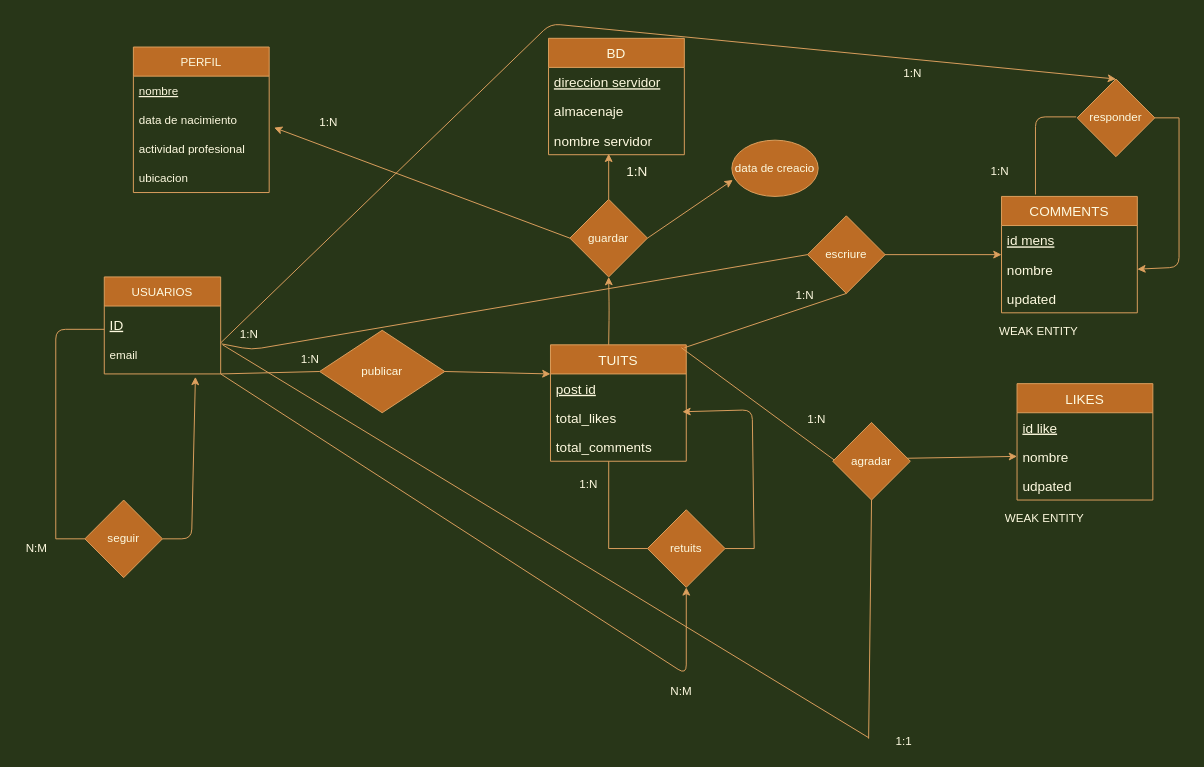
MarcPadrell/Team-4-ta12 keeps this draw.io diagram as Ejercicio16.drawio. Above is the earlier version. Source tidied: cells renumbered, new cells numbered last; positions are measured from the earlier drawing's top-left corner, leaving out a move shared by most shapes. Both pictures are drawn from the tidied source at 97%, with x=0, y=0 at pixel (16, 23).
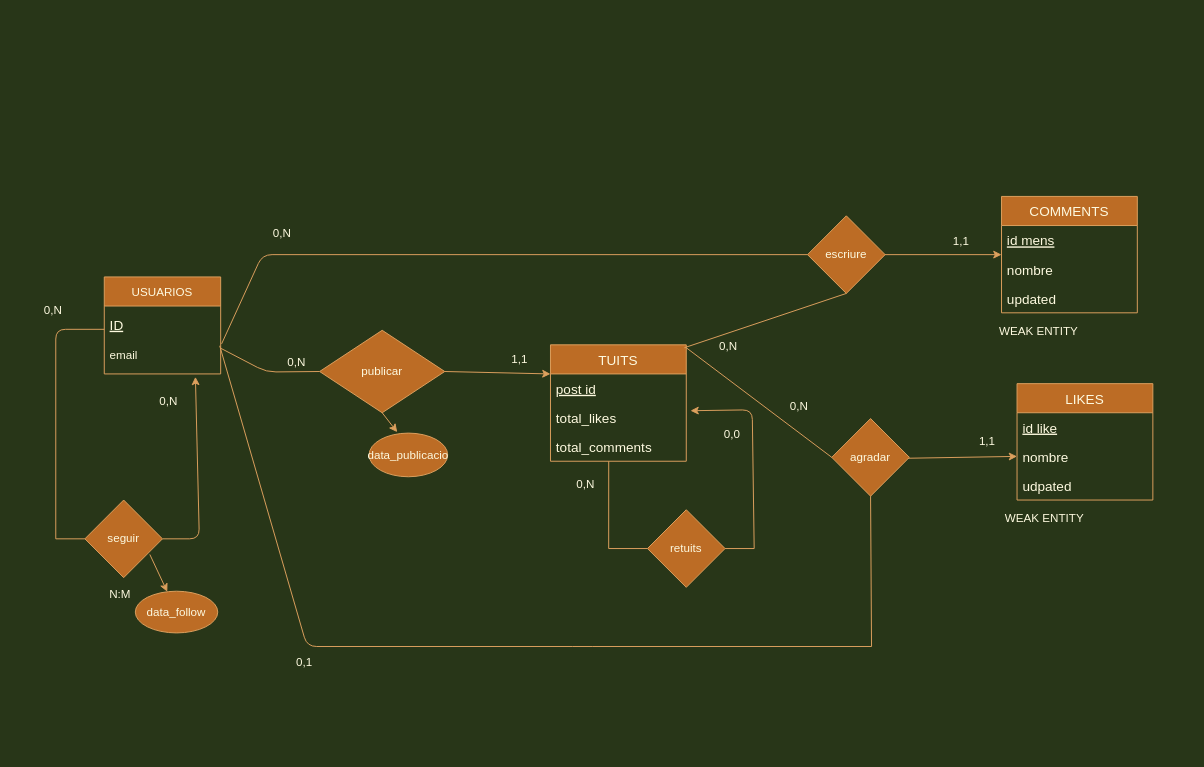
Above is the later version.

Unchanged cells that the change refers to:
```xml
<mxCell id="3" value="publicar" style="rhombus;whiteSpace=wrap;html=1;fillColor=#BC6C25;strokeColor=#DDA15E;fontColor=#FEFAE0;" parent="1" vertex="1">
  <mxGeometry x="312" y="316" width="129" height="85" as="geometry" />
</mxCell>
<mxCell id="7" value="seguir" style="rhombus;whiteSpace=wrap;html=1;fillColor=#BC6C25;strokeColor=#DDA15E;fontColor=#FEFAE0;" parent="1" vertex="1">
  <mxGeometry x="70" y="491" width="80" height="80" as="geometry" />
</mxCell>
<mxCell id="11" value="retuits" style="rhombus;whiteSpace=wrap;html=1;fillColor=#BC6C25;strokeColor=#DDA15E;fontColor=#FEFAE0;" parent="1" vertex="1">
  <mxGeometry x="650" y="501" width="80" height="80" as="geometry" />
</mxCell>
<mxCell id="21" value="email" style="text;strokeColor=none;fillColor=none;align=left;verticalAlign=middle;spacingLeft=4;spacingRight=4;overflow=hidden;points=[[0,0.5],[1,0.5]];portConstraint=eastwest;fontColor=#FEFAE0;" parent="19" vertex="1">
  <mxGeometry y="60" width="120" height="40" as="geometry" />
</mxCell>
<mxCell id="24" value="total_likes" style="text;strokeColor=none;fillColor=none;align=left;verticalAlign=middle;spacingLeft=4;spacingRight=4;overflow=hidden;points=[[0,0.5],[1,0.5]];portConstraint=eastwest;fontSize=14;fontColor=#FEFAE0;" parent="22" vertex="1">
  <mxGeometry y="60" width="140" height="30" as="geometry" />
</mxCell>
<mxCell id="28" value="nombre" style="text;strokeColor=none;fillColor=none;align=left;verticalAlign=middle;spacingLeft=4;spacingRight=4;overflow=hidden;points=[[0,0.5],[1,0.5]];portConstraint=eastwest;fontSize=14;fontColor=#FEFAE0;" parent="26" vertex="1">
  <mxGeometry y="60" width="140" height="30" as="geometry" />
</mxCell>
<mxCell id="42" value="escriure" style="rhombus;whiteSpace=wrap;html=1;fillColor=#BC6C25;strokeColor=#DDA15E;fontColor=#FEFAE0;" parent="1" vertex="1">
  <mxGeometry x="815" y="198" width="80" height="80" as="geometry" />
</mxCell>
```

Change to the diagram source:
```diff
@@
-    <mxCell id="2" style="edgeStyle=orthogonalEdgeStyle;jettySize=auto;html=1;exitX=0.5;exitY=0;exitDx=0;exitDy=0;entryX=0.5;entryY=1;entryDx=0;entryDy=0;labelBackgroundColor=#283618;strokeColor=#DDA15E;fontColor=#FEFAE0;" parent="1" edge="1" target="6">
-      <mxGeometry relative="1" as="geometry">
-        <mxPoint x="610" y="331" as="sourcePoint" />
-      </mxGeometry>
-    </mxCell>
@@
-    <mxCell id="5" style="endArrow=classic;html=1;exitX=0.5;exitY=0;exitDx=0;exitDy=0;labelBackgroundColor=#283618;strokeColor=#DDA15E;fontColor=#FEFAE0;" parent="1" edge="1" source="6">
-      <mxGeometry relative="1" as="geometry">
-        <mxPoint x="610" y="134" as="targetPoint" />
-      </mxGeometry>
-    </mxCell>
-    <mxCell id="6" value="guardar" style="rhombus;whiteSpace=wrap;html=1;fillColor=#BC6C25;strokeColor=#DDA15E;fontColor=#FEFAE0;" parent="1" vertex="1">
-      <mxGeometry x="570" y="181" width="80" height="80" as="geometry" />
-    </mxCell>
@@
-    <mxCell id="13" style="endArrow=classic;html=1;labelBackgroundColor=#283618;strokeColor=#DDA15E;fontColor=#FEFAE0;" parent="1" edge="1">
+    <mxCell id="13" style="endArrow=classic;html=1;labelBackgroundColor=#283618;strokeColor=#DDA15E;fontColor=#FEFAE0;entryX=1.031;entryY=0.264;entryDx=0;entryDy=0;entryPerimeter=0;" parent="1" edge="1" target="24">
       <mxGeometry relative="1" as="geometry">
         <mxPoint x="760" y="541" as="sourcePoint" />
-        <mxPoint x="686" y="400" as="targetPoint" />
         <Array as="points">
           <mxPoint x="758" y="398" />
         </Array>
       </mxGeometry>
     </mxCell>
@@
-    <mxCell id="15" value="1:N" style="text;html=1;align=center;verticalAlign=middle;strokeColor=none;fillColor=none;fontColor=#FEFAE0;" parent="1" vertex="1">
-      <mxGeometry x="287" y="336" width="30" height="20" as="geometry" />
-    </mxCell>
-    <mxCell id="16" value="N:M" style="text;html=1;align=center;verticalAlign=middle;strokeColor=none;fillColor=none;fontColor=#FEFAE0;" parent="1" vertex="1">
-      <mxGeometry y="531" width="40" height="20" as="geometry" />
-    </mxCell>
-    <mxCell id="17" style="endArrow=classic;html=1;exitX=1;exitY=0.5;exitDx=0;exitDy=0;entryX=0.5;entryY=1;entryDx=0;entryDy=0;labelBackgroundColor=#283618;strokeColor=#DDA15E;fontColor=#FEFAE0;" parent="1" edge="1" target="11">
-      <mxGeometry relative="1" as="geometry">
-        <mxPoint x="210" y="361" as="sourcePoint" />
-        <Array as="points">
-          <mxPoint x="690" y="671" />
-          <mxPoint x="690" y="581" />
-        </Array>
-      </mxGeometry>
-    </mxCell>
-    <mxCell id="18" style="endArrow=none;html=1;exitX=1;exitY=0.5;exitDx=0;exitDy=0;entryX=0;entryY=0.5;entryDx=0;entryDy=0;labelBackgroundColor=#283618;strokeColor=#DDA15E;fontColor=#FEFAE0;" parent="1" edge="1" target="3">
+    <mxCell id="18" style="endArrow=none;html=1;exitX=0.998;exitY=0.334;exitDx=0;exitDy=0;entryX=0;entryY=0.5;entryDx=0;entryDy=0;labelBackgroundColor=#283618;strokeColor=#DDA15E;fontColor=#FEFAE0;exitPerimeter=0;" parent="1" edge="1" source="21" target="3">
       <mxGeometry relative="1" as="geometry">
-        <mxPoint x="210" y="361" as="sourcePoint" />
+        <Array as="points">
+          <mxPoint x="257" y="359" />
+        </Array>
       </mxGeometry>
     </mxCell>
@@
-    <mxCell id="30" value="BD" style="swimlane;fontStyle=0;horizontal=1;startSize=30;fontSize=14;fillColor=#BC6C25;strokeColor=#DDA15E;fontColor=#FEFAE0;" parent="1" vertex="1">
-      <mxGeometry x="548" y="15" width="140" height="120" as="geometry" />
-    </mxCell>
-    <mxCell id="31" value="direccion servidor" style="text;strokeColor=none;fillColor=none;align=left;verticalAlign=middle;spacingLeft=4;spacingRight=4;overflow=hidden;fontSize=14;fontStyle=4;fontColor=#FEFAE0;" parent="30" vertex="1">
-      <mxGeometry y="30" width="140" height="30" as="geometry" />
-    </mxCell>
-    <mxCell id="32" value="almacenaje" style="text;strokeColor=none;fillColor=none;align=left;verticalAlign=middle;spacingLeft=4;spacingRight=4;overflow=hidden;fontSize=14;fontColor=#FEFAE0;" parent="30" vertex="1">
-      <mxGeometry y="60" width="140" height="30" as="geometry" />
-    </mxCell>
-    <mxCell id="33" value="nombre servidor" style="text;strokeColor=none;fillColor=none;align=left;verticalAlign=middle;spacingLeft=4;spacingRight=4;overflow=hidden;fontSize=14;fontColor=#FEFAE0;" parent="30" vertex="1">
-      <mxGeometry y="90" width="140" height="30" as="geometry" />
-    </mxCell>
@@
-    <mxCell id="38" value="1:N" style="text;html=1;align=center;verticalAlign=middle;strokeColor=none;fillColor=none;fontSize=14;fontColor=#FEFAE0;" parent="1" vertex="1">
-      <mxGeometry x="619" y="142" width="40" height="20" as="geometry" />
-    </mxCell>
     <mxCell id="39" style="endArrow=classic;html=1;fontSize=14;exitX=1;exitY=0.5;exitDx=0;exitDy=0;entryX=0.783;entryY=1.075;entryDx=0;entryDy=0;entryPerimeter=0;labelBackgroundColor=#283618;strokeColor=#DDA15E;fontColor=#FEFAE0;" parent="1" edge="1" source="7" target="21">
       <mxGeometry relative="1" as="geometry">
         <Array as="points">
-          <mxPoint x="180" y="531" />
+          <mxPoint x="188" y="531" />
         </Array>
       </mxGeometry>
     </mxCell>
-    <mxCell id="40" style="endArrow=none;html=1;entryX=0.5;entryY=1;entryDx=0;entryDy=0;labelBackgroundColor=#283618;strokeColor=#DDA15E;fontColor=#FEFAE0;" parent="1" edge="1" target="42">
+    <mxCell id="40" style="endArrow=none;html=1;labelBackgroundColor=#283618;strokeColor=#DDA15E;fontColor=#FEFAE0;entryX=0.5;entryY=1;entryDx=0;entryDy=0;" parent="1" edge="1" target="42">
       <mxGeometry relative="1" as="geometry">
         <mxPoint x="688" y="334" as="sourcePoint" />
       </mxGeometry>
     </mxCell>
@@
     <mxCell id="43" style="endArrow=none;html=1;exitX=1.008;exitY=0.225;exitDx=0;exitDy=0;exitPerimeter=0;entryX=0;entryY=0.5;entryDx=0;entryDy=0;labelBackgroundColor=#283618;strokeColor=#DDA15E;fontColor=#FEFAE0;" parent="1" edge="1" source="21" target="42">
       <mxGeometry relative="1" as="geometry">
         <Array as="points">
-          <mxPoint x="242" y="336" />
+          <mxPoint x="253" y="238" />
         </Array>
       </mxGeometry>
     </mxCell>
@@
-    <mxCell id="45" style="endArrow=none;html=1;labelBackgroundColor=#283618;strokeColor=#DDA15E;fontColor=#FEFAE0;" parent="1" edge="1">
+    <mxCell id="45" style="endArrow=none;html=1;labelBackgroundColor=#283618;strokeColor=#DDA15E;fontColor=#FEFAE0;entryX=0;entryY=0.5;entryDx=0;entryDy=0;" parent="1" edge="1" target="46">
       <mxGeometry relative="1" as="geometry">
-        <mxPoint x="685" y="334" as="sourcePoint" />
-        <mxPoint x="847" y="453" as="targetPoint" />
+        <mxPoint x="690" y="334" as="sourcePoint" />
       </mxGeometry>
     </mxCell>
     <mxCell id="46" value="agradar" style="rhombus;whiteSpace=wrap;html=1;fillColor=#BC6C25;strokeColor=#DDA15E;fontColor=#FEFAE0;" parent="1" vertex="1">
-      <mxGeometry x="841" y="411" width="80" height="80" as="geometry" />
+      <mxGeometry x="840" y="407" width="80" height="80" as="geometry" />
     </mxCell>
-    <mxCell id="47" style="endArrow=none;html=1;exitX=1.017;exitY=0.25;exitDx=0;exitDy=0;exitPerimeter=0;labelBackgroundColor=#283618;strokeColor=#DDA15E;fontColor=#FEFAE0;" parent="1" edge="1" source="21">
+    <mxCell id="47" style="endArrow=none;html=1;labelBackgroundColor=#283618;strokeColor=#DDA15E;fontColor=#FEFAE0;" parent="1" edge="1">
       <mxGeometry relative="1" as="geometry">
-        <mxPoint x="878" y="736" as="targetPoint" />
+        <mxPoint x="209" y="332" as="sourcePoint" />
+        <mxPoint x="881" y="642" as="targetPoint" />
+        <Array as="points">
+          <mxPoint x="299" y="642" />
+          <mxPoint x="583" y="642" />
+        </Array>
       </mxGeometry>
     </mxCell>
     <mxCell id="48" style="endArrow=none;html=1;entryX=0.5;entryY=1;entryDx=0;entryDy=0;labelBackgroundColor=#283618;strokeColor=#DDA15E;fontColor=#FEFAE0;" parent="1" edge="1" target="46">
       <mxGeometry relative="1" as="geometry">
-        <mxPoint x="878" y="737" as="sourcePoint" />
+        <mxPoint x="881" y="642" as="sourcePoint" />
       </mxGeometry>
     </mxCell>
-    <mxCell id="49" value="1:1" style="text;html=1;align=center;verticalAlign=middle;strokeColor=none;fillColor=none;fontColor=#FEFAE0;" parent="1" vertex="1">
-      <mxGeometry x="900" y="731" width="27" height="18" as="geometry" />
-    </mxCell>
-    <mxCell id="50" value="N:M" style="text;html=1;strokeColor=none;fillColor=none;align=center;verticalAlign=middle;whiteSpace=wrap;fontColor=#FEFAE0;" parent="1" vertex="1">
-      <mxGeometry x="655" y="673" width="60" height="30" as="geometry" />
-    </mxCell>
-    <mxCell id="51" value="1:N" style="text;html=1;align=center;verticalAlign=middle;strokeColor=none;fillColor=none;fontColor=#FEFAE0;" parent="1" vertex="1">
-      <mxGeometry x="809" y="399" width="29" height="18" as="geometry" />
-    </mxCell>
-    <mxCell id="52" value="1:N" style="text;html=1;align=center;verticalAlign=middle;strokeColor=none;fillColor=none;fontColor=#FEFAE0;" parent="1" vertex="1">
-      <mxGeometry x="224" y="311" width="29" height="18" as="geometry" />
-    </mxCell>
@@
-    <mxCell id="55" value="PERFIL" style="swimlane;fontStyle=0;horizontal=1;startSize=30;fillColor=#BC6C25;strokeColor=#DDA15E;fontColor=#FEFAE0;" parent="1" vertex="1">
-      <mxGeometry x="120" y="24" width="140" height="150" as="geometry" />
-    </mxCell>
-    <mxCell id="56" value="nombre" style="text;strokeColor=none;fillColor=none;align=left;verticalAlign=middle;spacingLeft=4;spacingRight=4;overflow=hidden;fontStyle=4;fontColor=#FEFAE0;" parent="55" vertex="1">
-      <mxGeometry y="30" width="140" height="30" as="geometry" />
-    </mxCell>
-    <mxCell id="57" value="data de nacimiento" style="text;strokeColor=none;fillColor=none;align=left;verticalAlign=middle;spacingLeft=4;spacingRight=4;overflow=hidden;points=[[0,0.5],[1,0.5]];portConstraint=eastwest;fontColor=#FEFAE0;" parent="55" vertex="1">
-      <mxGeometry y="60" width="140" height="30" as="geometry" />
-    </mxCell>
-    <mxCell id="58" value="actividad profesional" style="text;strokeColor=none;fillColor=none;align=left;verticalAlign=middle;spacingLeft=4;spacingRight=4;overflow=hidden;fontColor=#FEFAE0;" parent="55" vertex="1">
-      <mxGeometry y="90" width="140" height="30" as="geometry" />
-    </mxCell>
-    <mxCell id="59" value="ubicacion" style="text;strokeColor=none;fillColor=none;align=left;verticalAlign=middle;spacingLeft=4;spacingRight=4;overflow=hidden;fontColor=#FEFAE0;" parent="55" vertex="1">
-      <mxGeometry y="120" width="140" height="30" as="geometry" />
-    </mxCell>
-    <mxCell id="60" style="endArrow=classic;html=1;entryX=1.036;entryY=0.767;entryDx=0;entryDy=0;entryPerimeter=0;exitX=0;exitY=0.5;exitDx=0;exitDy=0;labelBackgroundColor=#283618;strokeColor=#DDA15E;fontColor=#FEFAE0;" parent="1" edge="1" source="6" target="57">
-      <mxGeometry relative="1" as="geometry" />
-    </mxCell>
-    <mxCell id="61" value="1:N" style="text;html=1;align=center;verticalAlign=middle;strokeColor=none;fillColor=none;fontColor=#FEFAE0;" parent="1" vertex="1">
-      <mxGeometry x="306" y="93" width="29" height="18" as="geometry" />
-    </mxCell>
-    <mxCell id="62" value="1:N" style="text;html=1;align=center;verticalAlign=middle;strokeColor=none;fillColor=none;fontColor=#FEFAE0;" parent="1" vertex="1">
-      <mxGeometry x="797" y="271" width="29" height="18" as="geometry" />
-    </mxCell>
-    <mxCell id="63" value="1:N" style="text;html=1;align=center;verticalAlign=middle;strokeColor=none;fillColor=none;fontColor=#FEFAE0;" parent="1" vertex="1">
-      <mxGeometry x="574" y="466" width="29" height="18" as="geometry" />
-    </mxCell>
-    <mxCell id="64" style="endArrow=none;html=1;labelBackgroundColor=#283618;strokeColor=#DDA15E;fontColor=#FEFAE0;" parent="1" edge="1">
-      <mxGeometry relative="1" as="geometry">
-        <mxPoint x="1050" y="176" as="sourcePoint" />
-        <mxPoint x="1092" y="96" as="targetPoint" />
-        <Array as="points">
-          <mxPoint x="1050" y="96" />
-        </Array>
-      </mxGeometry>
-    </mxCell>
-    <mxCell id="65" value="responder" style="rhombus;whiteSpace=wrap;html=1;fillColor=#BC6C25;strokeColor=#DDA15E;fontColor=#FEFAE0;" parent="1" vertex="1">
-      <mxGeometry x="1093" y="57" width="80" height="80" as="geometry" />
-    </mxCell>
-    <mxCell id="66" style="endArrow=classic;html=1;entryX=1;entryY=0.5;entryDx=0;entryDy=0;labelBackgroundColor=#283618;strokeColor=#DDA15E;fontColor=#FEFAE0;" parent="1" edge="1" target="28">
-      <mxGeometry relative="1" as="geometry">
-        <mxPoint x="1198" y="97" as="sourcePoint" />
-        <Array as="points">
-          <mxPoint x="1198" y="251" />
-        </Array>
-      </mxGeometry>
-    </mxCell>
-    <mxCell id="67" style="endArrow=none;html=1;exitX=1;exitY=0.5;exitDx=0;exitDy=0;labelBackgroundColor=#283618;strokeColor=#DDA15E;fontColor=#FEFAE0;" parent="1" edge="1" source="65">
-      <mxGeometry relative="1" as="geometry">
-        <mxPoint x="1198" y="97" as="targetPoint" />
-      </mxGeometry>
-    </mxCell>
-    <mxCell id="68" value="1:N" style="text;html=1;align=center;verticalAlign=middle;strokeColor=none;fillColor=none;fontColor=#FEFAE0;" parent="1" vertex="1">
-      <mxGeometry x="998" y="143" width="29" height="18" as="geometry" />
-    </mxCell>
-    <mxCell id="69" value="1:N" style="text;html=1;align=center;verticalAlign=middle;strokeColor=none;fillColor=none;fontColor=#FEFAE0;" parent="1" vertex="1">
-      <mxGeometry x="908" y="42" width="29" height="18" as="geometry" />
-    </mxCell>
-    <mxCell id="70" style="endArrow=classic;html=1;entryX=0.5;entryY=0;entryDx=0;entryDy=0;labelBackgroundColor=#283618;strokeColor=#DDA15E;fontColor=#FEFAE0;" parent="1" edge="1" target="65">
-      <mxGeometry relative="1" as="geometry">
-        <mxPoint x="210" y="329" as="sourcePoint" />
-        <Array as="points">
-          <mxPoint x="550" />
-        </Array>
-      </mxGeometry>
-    </mxCell>
-    <mxCell id="71" value="data de creacio" style="ellipse;whiteSpace=wrap;html=1;rounded=0;sketch=0;fontColor=#FEFAE0;strokeColor=#DDA15E;fillColor=#BC6C25;" parent="1" vertex="1">
-      <mxGeometry x="737" y="120" width="89" height="58" as="geometry" />
-    </mxCell>
-    <mxCell id="72" style="endArrow=classic;html=1;rounded=1;sketch=0;fontColor=#FEFAE0;strokeColor=#DDA15E;fillColor=#BC6C25;curved=0;entryX=0.011;entryY=0.707;entryDx=0;entryDy=0;entryPerimeter=0;exitX=1;exitY=0.5;exitDx=0;exitDy=0;labelBackgroundColor=#283618;" parent="1" edge="1" source="6" target="71">
-      <mxGeometry relative="1" as="geometry" />
-    </mxCell>
+    <mxCell id="73" value="0,N" style="text;html=1;align=center;verticalAlign=middle;strokeColor=none;fillColor=none;fontColor=#FEFAE0;" parent="1" vertex="1">
+      <mxGeometry x="273" y="340" width="29" height="18" as="geometry" />
+    </mxCell>
+    <mxCell id="74" value="1,1" style="text;html=1;align=center;verticalAlign=middle;strokeColor=none;fillColor=none;fontColor=#FEFAE0;" parent="1" vertex="1">
+      <mxGeometry x="504" y="337" width="27" height="18" as="geometry" />
+    </mxCell>
+    <mxCell id="16" value="N:M" style="text;html=1;align=center;verticalAlign=middle;strokeColor=none;fillColor=none;fontColor=#FEFAE0;" parent="1" vertex="1">
+      <mxGeometry x="90" y="579" width="32" height="18" as="geometry" />
+    </mxCell>
+    <mxCell id="75" value="0,N" style="text;html=1;align=center;verticalAlign=middle;strokeColor=none;fillColor=none;fontColor=#FEFAE0;" parent="1" vertex="1">
+      <mxGeometry x="22" y="287" width="29" height="18" as="geometry" />
+    </mxCell>
+    <mxCell id="76" value="0,N" style="text;html=1;align=center;verticalAlign=middle;strokeColor=none;fillColor=none;fontColor=#FEFAE0;" parent="1" vertex="1">
+      <mxGeometry x="141" y="381" width="29" height="18" as="geometry" />
+    </mxCell>
+    <mxCell id="77" value="0,N" style="text;html=1;align=center;verticalAlign=middle;strokeColor=none;fillColor=none;fontColor=#FEFAE0;" parent="1" vertex="1">
+      <mxGeometry x="258" y="207" width="29" height="18" as="geometry" />
+    </mxCell>
+    <mxCell id="78" value="1,1" style="text;html=1;align=center;verticalAlign=middle;strokeColor=none;fillColor=none;fontColor=#FEFAE0;" parent="1" vertex="1">
+      <mxGeometry x="959" y="216" width="27" height="18" as="geometry" />
+    </mxCell>
+    <mxCell id="79" value="0,N" style="text;html=1;align=center;verticalAlign=middle;strokeColor=none;fillColor=none;fontColor=#FEFAE0;" parent="1" vertex="1">
+      <mxGeometry x="571" y="466" width="29" height="18" as="geometry" />
+    </mxCell>
+    <mxCell id="80" value="0,0" style="text;html=1;align=center;verticalAlign=middle;strokeColor=none;fillColor=none;fontColor=#FEFAE0;" parent="1" vertex="1">
+      <mxGeometry x="723" y="415" width="27" height="18" as="geometry" />
+    </mxCell>
+    <mxCell id="81" value="0,N" style="text;html=1;align=center;verticalAlign=middle;strokeColor=none;fillColor=none;fontColor=#FEFAE0;" parent="1" vertex="1">
+      <mxGeometry x="718" y="324" width="29" height="18" as="geometry" />
+    </mxCell>
+    <mxCell id="82" value="0,N" style="text;html=1;align=center;verticalAlign=middle;strokeColor=none;fillColor=none;fontColor=#FEFAE0;" parent="1" vertex="1">
+      <mxGeometry x="791" y="386" width="29" height="18" as="geometry" />
+    </mxCell>
+    <mxCell id="83" value="1,1" style="text;html=1;align=center;verticalAlign=middle;strokeColor=none;fillColor=none;fontColor=#FEFAE0;" parent="1" vertex="1">
+      <mxGeometry x="986" y="422" width="27" height="18" as="geometry" />
+    </mxCell>
+    <mxCell id="84" value="0,1" style="text;html=1;align=center;verticalAlign=middle;strokeColor=none;fillColor=none;fontColor=#FEFAE0;" parent="1" vertex="1">
+      <mxGeometry x="282" y="650" width="27" height="18" as="geometry" />
+    </mxCell>
+    <mxCell id="85" style="endArrow=classic;html=1;rounded=0;exitX=0.837;exitY=0.701;exitDx=0;exitDy=0;exitPerimeter=0;labelBackgroundColor=#283618;strokeColor=#DDA15E;fontColor=#FEFAE0;" parent="1" edge="1" source="7" target="86">
+      <mxGeometry relative="1" as="geometry" />
+    </mxCell>
+    <mxCell id="86" value="data_follow" style="ellipse;whiteSpace=wrap;html=1;fillColor=#BC6C25;strokeColor=#DDA15E;fontColor=#FEFAE0;" parent="1" vertex="1">
+      <mxGeometry x="122" y="585" width="85" height="43" as="geometry" />
+    </mxCell>
+    <mxCell id="87" value="data_publicacio" style="ellipse;whiteSpace=wrap;html=1;rounded=0;sketch=0;fontColor=#FEFAE0;strokeColor=#DDA15E;fillColor=#BC6C25;" parent="1" vertex="1">
+      <mxGeometry x="363" y="422" width="81" height="45" as="geometry" />
+    </mxCell>
+    <mxCell id="88" style="endArrow=classic;html=1;rounded=1;sketch=0;fontColor=#FEFAE0;strokeColor=#DDA15E;fillColor=#BC6C25;curved=0;exitX=0.5;exitY=1;exitDx=0;exitDy=0;" parent="1" edge="1" source="3">
+      <mxGeometry relative="1" as="geometry">
+        <mxPoint x="392" y="421" as="targetPoint" />
+      </mxGeometry>
+    </mxCell>
```
